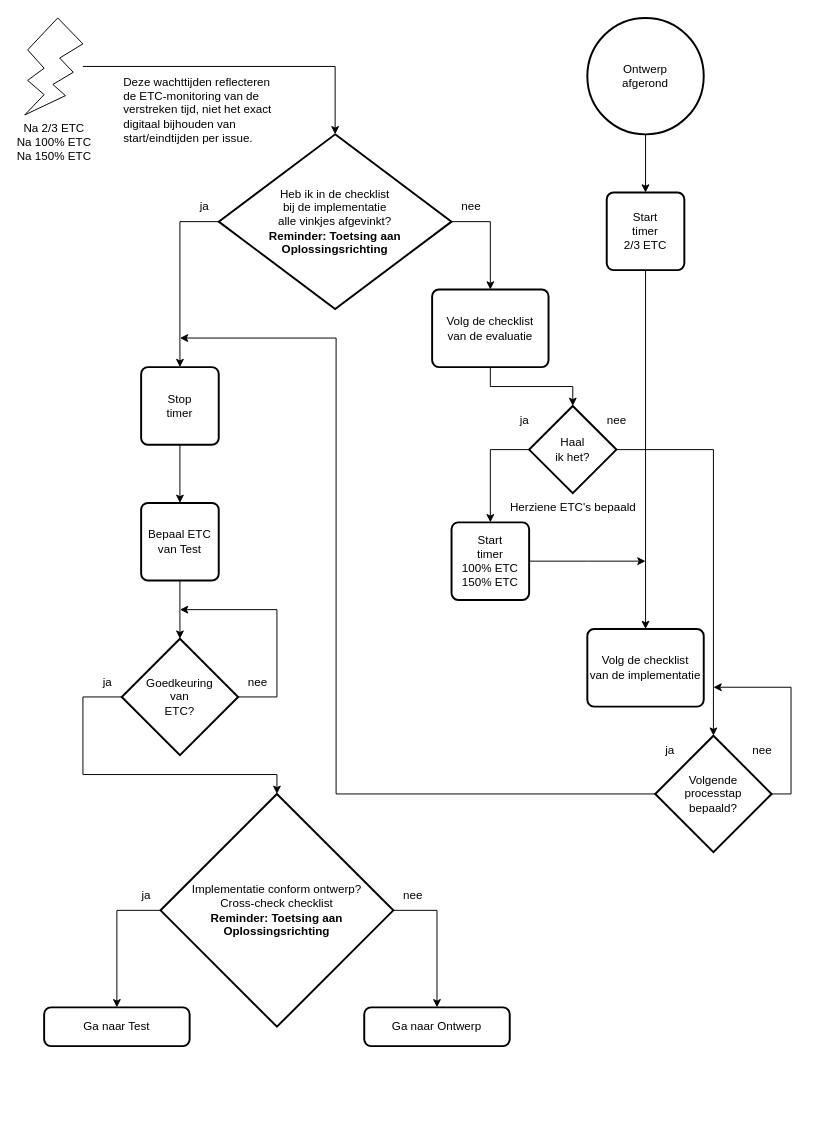
Earlier version of the draw.io diagram 4 Issue Tracker implementatie.drawio (Zaibatsu89/IssueTracker). Source tidied: cells renumbered, new cells numbered last; positions are measured from the earlier drawing's top-left corner, leaving out a move shared by most shapes. Both pictures are drawn from the tidied source at 97%, with x=0, y=0 at pixel (24, 17).
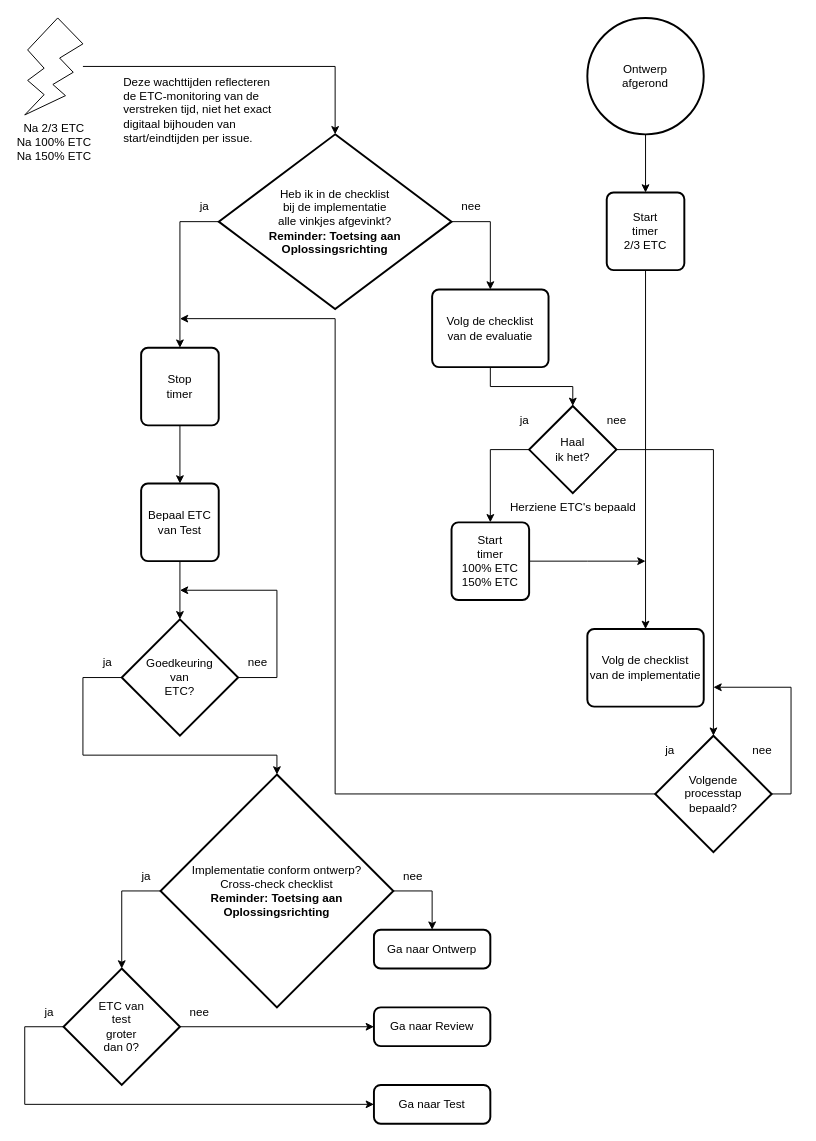
The same page after the edit.

The change refers to these unchanged cells:
```xml
<mxCell id="35" value="Volgende&lt;br&gt;processtap&lt;br&gt;bepaald?" style="strokeWidth=2;html=1;shape=mxgraph.flowchart.decision;whiteSpace=wrap;" parent="1" vertex="1">
  <mxGeometry x="650" y="740" width="120" height="120" as="geometry" />
</mxCell>
```

Change to the diagram source:
```diff
@@
     <mxCell id="19" value="Stop&lt;br&gt;timer" style="rounded=1;whiteSpace=wrap;html=1;absoluteArcSize=1;arcSize=14;strokeWidth=2;" parent="1" vertex="1">
-      <mxGeometry x="120" y="360" width="80" height="80" as="geometry" />
+      <mxGeometry x="120" y="340" width="80" height="80" as="geometry" />
     </mxCell>
@@
     <mxCell id="25" value="Bepaal ETC&lt;br&gt;van Test" style="rounded=1;whiteSpace=wrap;html=1;absoluteArcSize=1;arcSize=14;strokeWidth=2;" parent="1" vertex="1">
-      <mxGeometry x="120" y="500" width="80" height="80" as="geometry" />
+      <mxGeometry x="120" y="480" width="80" height="80" as="geometry" />
     </mxCell>
@@
-    <mxCell id="27" style="edgeStyle=orthogonalEdgeStyle;rounded=0;jettySize=auto;html=1;exitX=0;exitY=0.5;exitDx=0;exitDy=0;exitPerimeter=0;" parent="1" edge="1" source="29" target="30">
-      <mxGeometry relative="1" as="geometry" />
-    </mxCell>
@@
+    <mxCell id="46" style="edgeStyle=orthogonalEdgeStyle;rounded=0;jettySize=auto;html=1;exitX=0;exitY=0.5;exitDx=0;exitDy=0;exitPerimeter=0;" parent="1" edge="1" source="29" target="50">
+      <mxGeometry relative="1" as="geometry" />
+    </mxCell>
     <mxCell id="29" value="Implementatie conform ontwerp?&lt;br&gt;Cross-check checklist&lt;br&gt;&lt;b&gt;Reminder: Toetsing aan Oplossingsrichting&lt;/b&gt;" style="strokeWidth=2;html=1;shape=mxgraph.flowchart.decision;whiteSpace=wrap;" parent="1" vertex="1">
-      <mxGeometry x="140" y="800" width="240" height="240" as="geometry" />
+      <mxGeometry x="140" y="780" width="240" height="240" as="geometry" />
     </mxCell>
     <mxCell id="30" value="Ga naar Test" style="rounded=1;whiteSpace=wrap;html=1;absoluteArcSize=1;arcSize=14;strokeWidth=2;" parent="1" vertex="1">
-      <mxGeometry x="20" y="1020" width="150" height="40" as="geometry" />
+      <mxGeometry x="360" y="1100" width="120" height="40" as="geometry" />
     </mxCell>
     <mxCell id="31" value="Ga naar Ontwerp" style="rounded=1;whiteSpace=wrap;html=1;absoluteArcSize=1;arcSize=14;strokeWidth=2;" parent="1" vertex="1">
-      <mxGeometry x="350" y="1020" width="150" height="40" as="geometry" />
+      <mxGeometry x="360" y="940" width="120" height="40" as="geometry" />
     </mxCell>
     <mxCell id="32" value="nee" style="text;html=1;align=center;verticalAlign=middle;strokeColor=none;fillColor=none;" parent="1" vertex="1">
-      <mxGeometry x="380" y="890" width="40" height="30" as="geometry" />
+      <mxGeometry x="380" y="870" width="40" height="30" as="geometry" />
     </mxCell>
@@
     <mxCell id="34" style="edgeStyle=orthogonalEdgeStyle;rounded=0;jettySize=auto;html=1;exitX=0;exitY=0.5;exitDx=0;exitDy=0;exitPerimeter=0;" parent="1" edge="1" source="35">
       <mxGeometry relative="1" as="geometry">
-        <mxPoint x="160" y="330" as="targetPoint" />
+        <mxPoint x="160" y="310" as="targetPoint" />
         <Array as="points">
-          <mxPoint x="650" y="800" />
-          <mxPoint x="321" y="800" />
-          <mxPoint x="321" y="330" />
+          <mxPoint x="320" y="800" />
+          <mxPoint x="320" y="310" />
+          <mxPoint x="160" y="310" />
         </Array>
       </mxGeometry>
     </mxCell>
@@
     <mxCell id="40" value="ja" style="text;html=1;align=center;verticalAlign=middle;strokeColor=none;fillColor=none;" parent="1" vertex="1">
-      <mxGeometry x="110" y="890" width="30" height="30" as="geometry" />
+      <mxGeometry x="110" y="870" width="30" height="30" as="geometry" />
     </mxCell>
     <mxCell id="41" style="edgeStyle=orthogonalEdgeStyle;rounded=0;jettySize=auto;html=1;exitX=1;exitY=0.5;exitDx=0;exitDy=0;exitPerimeter=0;" parent="1" edge="1" source="42">
       <mxGeometry relative="1" as="geometry">
-        <mxPoint x="160" y="610" as="targetPoint" />
+        <mxPoint x="160" y="590" as="targetPoint" />
         <Array as="points">
-          <mxPoint x="260" y="700" />
+          <mxPoint x="260" y="680" />
+          <mxPoint x="260" y="590" />
         </Array>
       </mxGeometry>
     </mxCell>
     <mxCell id="42" value="Goedkeuring&lt;br&gt;van&lt;br&gt;ETC?" style="strokeWidth=2;html=1;shape=mxgraph.flowchart.decision;whiteSpace=wrap;" parent="1" vertex="1">
-      <mxGeometry x="100" y="640" width="120" height="120" as="geometry" />
+      <mxGeometry x="100" y="620" width="120" height="120" as="geometry" />
     </mxCell>
     <mxCell id="43" style="edgeStyle=orthogonalEdgeStyle;rounded=0;jettySize=auto;html=1;exitX=0;exitY=0.5;exitDx=0;exitDy=0;exitPerimeter=0;entryX=0.5;entryY=0;entryDx=0;entryDy=0;entryPerimeter=0;" parent="1" edge="1" source="42" target="29">
       <mxGeometry relative="1" as="geometry">
         <Array as="points">
-          <mxPoint x="60" y="700" />
-          <mxPoint x="60" y="780" />
-          <mxPoint x="260" y="780" />
+          <mxPoint x="60" y="680" />
+          <mxPoint x="60" y="760" />
+          <mxPoint x="260" y="760" />
         </Array>
       </mxGeometry>
     </mxCell>
     <mxCell id="44" value="ja" style="text;html=1;align=center;verticalAlign=middle;strokeColor=none;fillColor=none;" parent="1" vertex="1">
-      <mxGeometry x="70" y="670" width="30" height="30" as="geometry" />
+      <mxGeometry x="70" y="650" width="30" height="30" as="geometry" />
     </mxCell>
     <mxCell id="45" value="nee" style="text;html=1;align=center;verticalAlign=middle;strokeColor=none;fillColor=none;" parent="1" vertex="1">
-      <mxGeometry x="220" y="670" width="40" height="30" as="geometry" />
+      <mxGeometry x="220" y="650" width="40" height="30" as="geometry" />
     </mxCell>
+    <mxCell id="47" value="Ga naar Review" style="rounded=1;whiteSpace=wrap;html=1;absoluteArcSize=1;arcSize=14;strokeWidth=2;" parent="1" vertex="1">
+      <mxGeometry x="360" y="1020" width="120" height="40" as="geometry" />
+    </mxCell>
+    <mxCell id="48" style="edgeStyle=orthogonalEdgeStyle;rounded=0;jettySize=auto;html=1;exitX=0;exitY=0.5;exitDx=0;exitDy=0;exitPerimeter=0;entryX=0;entryY=0.5;entryDx=0;entryDy=0;" parent="1" edge="1" source="50" target="30">
+      <mxGeometry relative="1" as="geometry">
+        <Array as="points">
+          <mxPoint y="1040" />
+          <mxPoint y="1120" />
+        </Array>
+      </mxGeometry>
+    </mxCell>
+    <mxCell id="49" style="edgeStyle=orthogonalEdgeStyle;rounded=0;jettySize=auto;html=1;exitX=1;exitY=0.5;exitDx=0;exitDy=0;exitPerimeter=0;entryX=0;entryY=0.5;entryDx=0;entryDy=0;" parent="1" edge="1" source="50" target="47">
+      <mxGeometry relative="1" as="geometry" />
+    </mxCell>
+    <mxCell id="50" value="ETC van&lt;br&gt;test&lt;br&gt;groter&lt;br&gt;dan 0?" style="strokeWidth=2;html=1;shape=mxgraph.flowchart.decision;whiteSpace=wrap;" parent="1" vertex="1">
+      <mxGeometry x="40" y="980" width="120" height="120" as="geometry" />
+    </mxCell>
+    <mxCell id="51" value="ja" style="text;html=1;align=center;verticalAlign=middle;strokeColor=none;fillColor=none;" parent="1" vertex="1">
+      <mxGeometry x="10" y="1010" width="30" height="30" as="geometry" />
+    </mxCell>
+    <mxCell id="52" value="nee" style="text;html=1;align=center;verticalAlign=middle;strokeColor=none;fillColor=none;" parent="1" vertex="1">
+      <mxGeometry x="160" y="1010" width="40" height="30" as="geometry" />
+    </mxCell>
```
